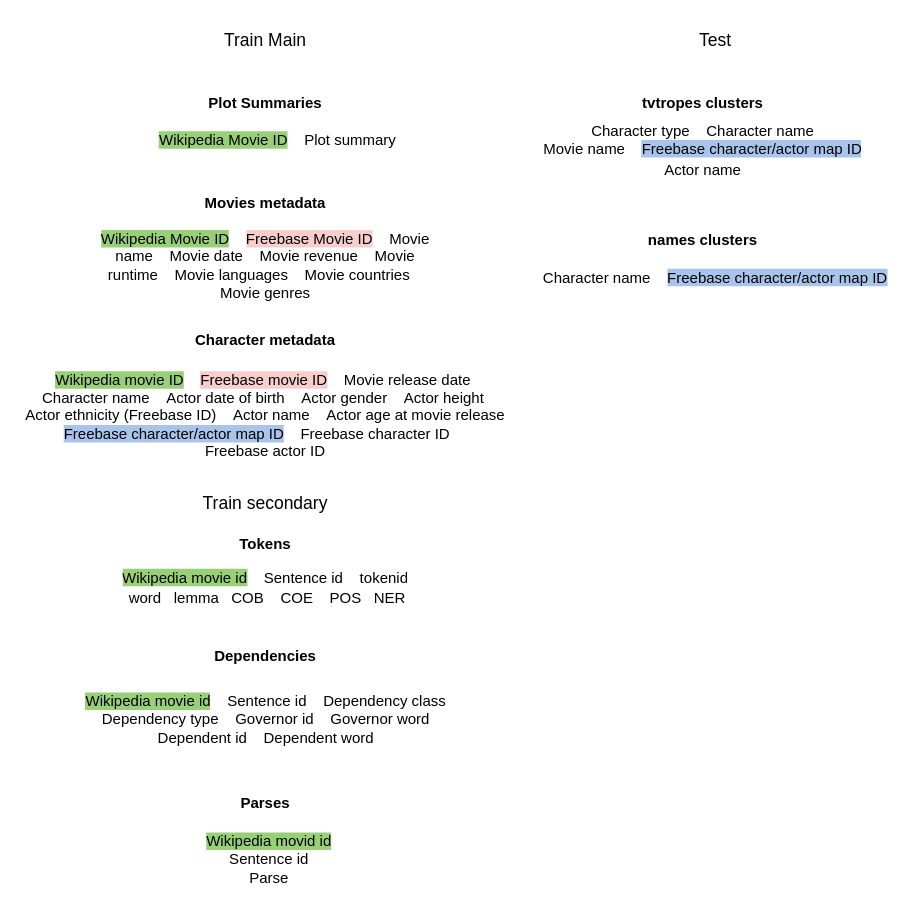
Above: Docs/dataframes visualization.drawio in epfl-ada/ada-2023-project-crunchychicken (draw.io), before the change. Source tidied: cells renumbered, new cells numbered last; positions are measured from the earlier drawing's top-left corner, leaving out a move shared by most shapes. Both pictures are drawn from the tidied source at 125%, with x=0, y=0 at pixel (21, 21).
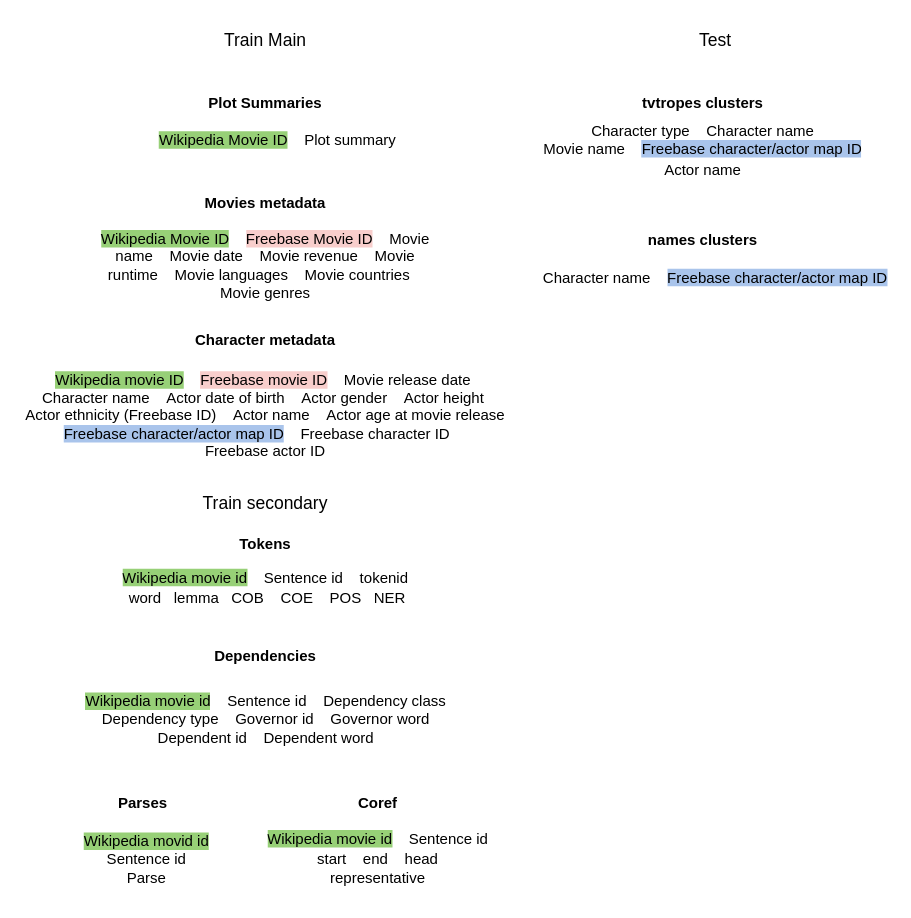
The same diagram, later.

The edit, as a diff of the source:
```diff
@@
     <mxCell id="19" value="&lt;b&gt;Parses&lt;/b&gt;" style="text;html=1;strokeColor=none;fillColor=none;align=center;verticalAlign=middle;whiteSpace=wrap;rounded=0;" parent="1" vertex="1">
-      <mxGeometry x="165" y="610" width="60" height="30" as="geometry" />
+      <mxGeometry x="67" y="610" width="60" height="30" as="geometry" />
     </mxCell>
     <mxCell id="20" value="&lt;span style=&quot;background-color: rgb(151, 208, 119);&quot;&gt;Wikipedia movid id&lt;/span&gt;&lt;br&gt;Sentence id&lt;br&gt;Parse" style="text;html=1;strokeColor=none;fillColor=none;align=center;verticalAlign=middle;whiteSpace=wrap;rounded=0;" parent="1" vertex="1">
-      <mxGeometry x="130" y="640" width="136" height="60" as="geometry" />
+      <mxGeometry x="32" y="640" width="136" height="60" as="geometry" />
     </mxCell>
+    <mxCell id="21" value="&lt;b&gt;Coref&lt;/b&gt;" style="text;html=1;strokeColor=none;fillColor=none;align=center;verticalAlign=middle;whiteSpace=wrap;rounded=0;" parent="1" vertex="1">
+      <mxGeometry x="255" y="610" width="60" height="30" as="geometry" />
+    </mxCell>
+    <mxCell id="22" value="&lt;pre style=&quot;box-sizing: border-box; overflow: auto; padding: 1px 0px; margin-top: 0px; margin-bottom: 0px; line-height: inherit; word-break: break-all; overflow-wrap: break-word; border: 0px; border-radius: 0px; vertical-align: baseline;&quot;&gt;&lt;font style=&quot;font-size: 12px;&quot; face=&quot;Helvetica&quot;&gt;&lt;span style=&quot;background-color: rgb(151, 208, 119);&quot;&gt;Wikipedia movie id&lt;/span&gt;    Sentence id&lt;br&gt;start    end    head&lt;br&gt;representative&lt;/font&gt;&lt;/pre&gt;" style="text;html=1;strokeColor=none;fillColor=none;align=center;verticalAlign=middle;whiteSpace=wrap;rounded=0;" parent="1" vertex="1">
+      <mxGeometry x="193.1" y="640" width="183.8" height="60" as="geometry" />
+    </mxCell>
```
